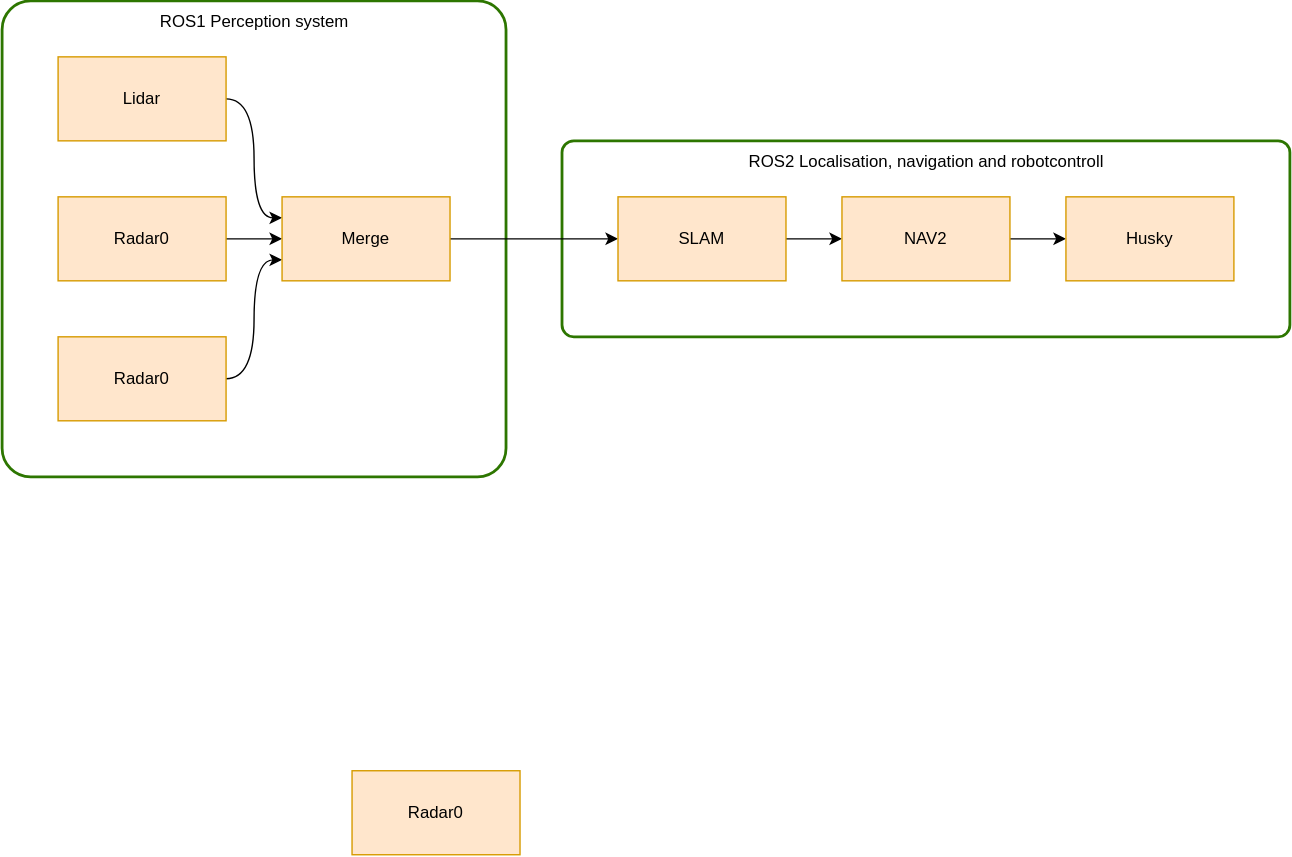
Above: Figures/draw.io/BlockDiagramOverwiev.drawio.svg in didriknr/Master-thesis-Didrik-Robsrud (draw.io), before the change. Source tidied: cells renumbered, new cells last; positions are measured from the earlier drawing's top-left corner, leaving out a move shared by most shapes.
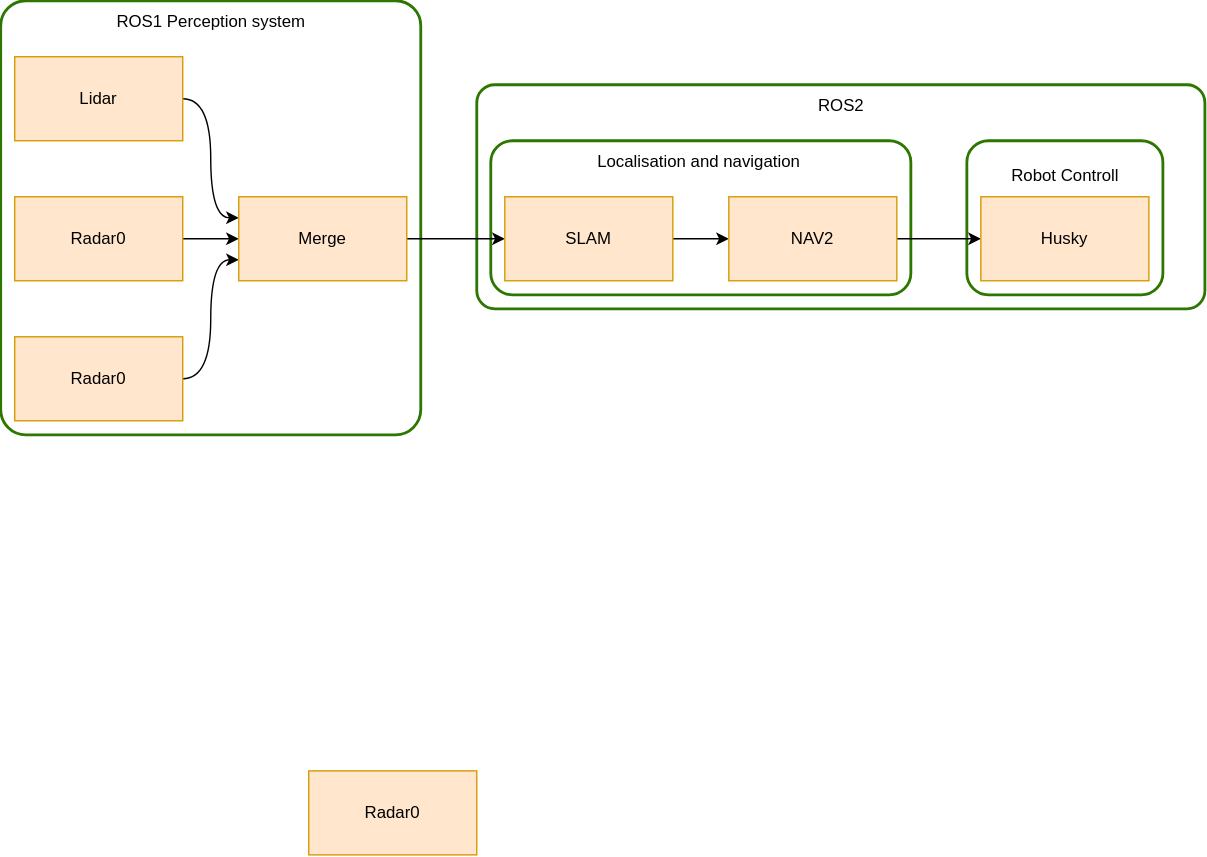
Later version of the same file.

The edit, as a diff of the source:
```diff
@@ -2,11 +2,17 @@
   <root>
     <mxCell id="0" />
     <mxCell id="1" parent="0" />
+    <mxCell id="20" style="rounded=1;whiteSpace=wrap;html=1;fillColor=none;fontColor=#ffffff;strokeColor=#2D7600;strokeWidth=2;arcSize=14;" parent="1" vertex="1">
+      <mxGeometry x="720" y="100" width="140" height="110" as="geometry" />
+    </mxCell>
+    <mxCell id="21" style="rounded=1;whiteSpace=wrap;html=1;fillColor=none;fontColor=#ffffff;strokeColor=#2D7600;strokeWidth=2;arcSize=8;" parent="1" vertex="1">
+      <mxGeometry x="370" y="60" width="520" height="160" as="geometry" />
+    </mxCell>
-    <mxCell id="2" style="rounded=1;whiteSpace=wrap;html=1;fillColor=none;fontColor=#ffffff;strokeColor=#2D7600;strokeWidth=2;arcSize=6;" parent="1" vertex="1">
-      <mxGeometry x="400" y="100" width="520" height="140" as="geometry" />
+    <mxCell id="2" style="rounded=1;whiteSpace=wrap;html=1;fillColor=none;fontColor=#ffffff;strokeColor=#2D7600;strokeWidth=2;arcSize=14;" parent="1" vertex="1">
+      <mxGeometry x="380" y="100" width="300" height="110" as="geometry" />
     </mxCell>
     <mxCell id="3" style="rounded=1;whiteSpace=wrap;html=1;fillColor=none;fontColor=#ffffff;strokeColor=#2D7600;strokeWidth=2;arcSize=6;" parent="1" vertex="1">
-      <mxGeometry width="360" height="340" as="geometry" />
+      <mxGeometry x="30" width="300" height="310" as="geometry" />
     </mxCell>
     <mxCell id="4" style="edgeStyle=orthogonalEdgeStyle;curved=1;rounded=0;jettySize=auto;html=1;" parent="1" edge="1" source="5" target="12">
       <mxGeometry relative="1" as="geometry" />
@@ -39,22 +45,28 @@
       <mxGeometry relative="1" as="geometry" />
     </mxCell>
     <mxCell id="14" value="SLAM" style="rounded=0;whiteSpace=wrap;html=1;fillColor=#ffe6cc;strokeColor=#d79b00;" parent="1" vertex="1">
-      <mxGeometry x="440" y="140" width="120" height="60" as="geometry" />
+      <mxGeometry x="390" y="140" width="120" height="60" as="geometry" />
     </mxCell>
     <mxCell id="15" value="ROS1 Perception system" style="text;html=1;align=center;verticalAlign=middle;strokeColor=none;fillColor=none;" parent="1" vertex="1">
       <mxGeometry x="100" width="160" height="30" as="geometry" />
     </mxCell>
-    <mxCell id="16" style="edgeStyle=orthogonalEdgeStyle;curved=1;rounded=0;jettySize=auto;html=1;" parent="1" edge="1" source="17" target="18">
+    <mxCell id="16" style="edgeStyle=orthogonalEdgeStyle;curved=1;rounded=0;jettySize=auto;html=1;entryX=0;entryY=0.5;entryDx=0;entryDy=0;" parent="1" edge="1" source="17" target="18">
       <mxGeometry relative="1" as="geometry" />
     </mxCell>
     <mxCell id="17" value="NAV2" style="rounded=0;whiteSpace=wrap;html=1;fillColor=#ffe6cc;strokeColor=#d79b00;" parent="1" vertex="1">
-      <mxGeometry x="600" y="140" width="120" height="60" as="geometry" />
+      <mxGeometry x="550" y="140" width="120" height="60" as="geometry" />
     </mxCell>
     <mxCell id="18" value="Husky" style="rounded=0;whiteSpace=wrap;html=1;fillColor=#ffe6cc;strokeColor=#d79b00;" parent="1" vertex="1">
-      <mxGeometry x="760" y="140" width="120" height="60" as="geometry" />
+      <mxGeometry x="730" y="140" width="120" height="60" as="geometry" />
     </mxCell>
-    <mxCell id="19" value="ROS2 Localisation, navigation and robotcontroll" style="text;html=1;align=center;verticalAlign=middle;strokeColor=none;fillColor=none;" parent="1" vertex="1">
-      <mxGeometry x="520" y="100" width="280" height="30" as="geometry" />
+    <mxCell id="19" value="Localisation and navigation&amp;nbsp;" style="text;html=1;align=center;verticalAlign=middle;strokeColor=none;fillColor=none;" parent="1" vertex="1">
+      <mxGeometry x="445" y="100" width="170" height="30" as="geometry" />
     </mxCell>
+    <mxCell id="22" value="Robot Controll" style="text;html=1;align=center;verticalAlign=middle;strokeColor=none;fillColor=none;" parent="1" vertex="1">
+      <mxGeometry x="740" y="110" width="100" height="30" as="geometry" />
+    </mxCell>
+    <mxCell id="23" value="ROS2" style="text;html=1;align=center;verticalAlign=middle;strokeColor=none;fillColor=none;" parent="1" vertex="1">
+      <mxGeometry x="600" y="60" width="60" height="30" as="geometry" />
+    </mxCell>
   </root>
 </mxGraphModel>
```
